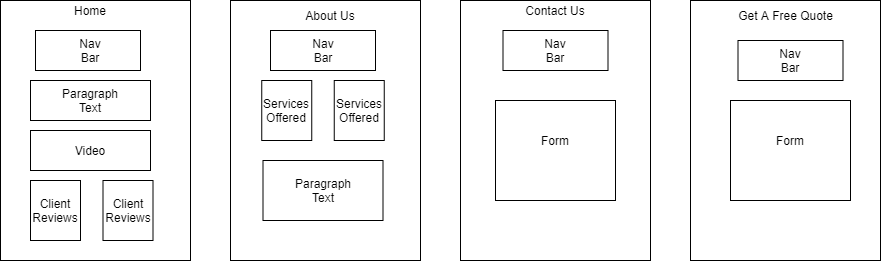
kwerty123/Project01 keeps this draw.io diagram as wireframe.png. Above is the earlier version. Source tidied: cells renumbered, new cells last; positions are measured from the earlier drawing's top-left corner, leaving out a move shared by most shapes. Source of this version:
```xml
<mxGraphModel>
  <root>
    <mxCell id="0" />
    <mxCell id="1" parent="0" />
    <mxCell id="2" style="rounded=0;whiteSpace=wrap;html=1;" parent="1" vertex="1">
      <mxGeometry x="690" width="190" height="260" as="geometry" />
    </mxCell>
    <mxCell id="3" style="rounded=0;whiteSpace=wrap;html=1;" parent="1" vertex="1">
      <mxGeometry width="190" height="260" as="geometry" />
    </mxCell>
    <mxCell id="4" style="rounded=0;whiteSpace=wrap;html=1;" parent="1" vertex="1">
      <mxGeometry x="230" width="190" height="260" as="geometry" />
    </mxCell>
    <mxCell id="5" style="rounded=0;whiteSpace=wrap;html=1;" parent="1" vertex="1">
      <mxGeometry x="460" width="190" height="260" as="geometry" />
    </mxCell>
    <mxCell id="6" value="Home" style="text;html=1;strokeColor=none;fillColor=none;align=center;verticalAlign=middle;whiteSpace=wrap;rounded=0;" parent="1" vertex="1">
      <mxGeometry x="70" width="40" height="20" as="geometry" />
    </mxCell>
    <mxCell id="7" value="Get A Free Quote" style="text;html=1;strokeColor=none;fillColor=none;align=center;verticalAlign=middle;whiteSpace=wrap;rounded=0;" parent="1" vertex="1">
      <mxGeometry x="727.5" width="115" height="30" as="geometry" />
    </mxCell>
    <mxCell id="8" value="Contact Us" style="text;html=1;strokeColor=none;fillColor=none;align=center;verticalAlign=middle;whiteSpace=wrap;rounded=0;" parent="1" vertex="1">
      <mxGeometry x="515" width="80" height="20" as="geometry" />
    </mxCell>
    <mxCell id="9" value="About Us" style="text;html=1;strokeColor=none;fillColor=none;align=center;verticalAlign=middle;whiteSpace=wrap;rounded=0;" parent="1" vertex="1">
      <mxGeometry x="280" width="100" height="30" as="geometry" />
    </mxCell>
    <mxCell id="10" style="rounded=0;whiteSpace=wrap;html=1;" parent="1" vertex="1">
      <mxGeometry x="35" y="30" width="105" height="40" as="geometry" />
    </mxCell>
    <mxCell id="11" value="Nav Bar" style="text;html=1;strokeColor=none;fillColor=none;align=center;verticalAlign=middle;whiteSpace=wrap;rounded=0;" parent="1" vertex="1">
      <mxGeometry x="70" y="40" width="40" height="20" as="geometry" />
    </mxCell>
    <mxCell id="12" style="rounded=0;whiteSpace=wrap;html=1;" parent="1" vertex="1">
      <mxGeometry x="270" y="30" width="105" height="40" as="geometry" />
    </mxCell>
    <mxCell id="13" value="Nav Bar" style="text;html=1;strokeColor=none;fillColor=none;align=center;verticalAlign=middle;whiteSpace=wrap;rounded=0;" parent="1" vertex="1">
      <mxGeometry x="302.5" y="40" width="40" height="20" as="geometry" />
    </mxCell>
    <mxCell id="14" style="rounded=0;whiteSpace=wrap;html=1;" parent="1" vertex="1">
      <mxGeometry x="502.5" y="30" width="105" height="40" as="geometry" />
    </mxCell>
    <mxCell id="15" style="rounded=0;whiteSpace=wrap;html=1;" parent="1" vertex="1">
      <mxGeometry x="737.5" y="40" width="105" height="40" as="geometry" />
    </mxCell>
    <mxCell id="16" value="Nav Bar" style="text;html=1;strokeColor=none;fillColor=none;align=center;verticalAlign=middle;whiteSpace=wrap;rounded=0;" parent="1" vertex="1">
      <mxGeometry x="535" y="40" width="40" height="20" as="geometry" />
    </mxCell>
    <mxCell id="17" value="Nav Bar" style="text;html=1;strokeColor=none;fillColor=none;align=center;verticalAlign=middle;whiteSpace=wrap;rounded=0;" parent="1" vertex="1">
      <mxGeometry x="770" y="50" width="40" height="20" as="geometry" />
    </mxCell>
    <mxCell id="18" style="rounded=0;whiteSpace=wrap;html=1;" parent="1" vertex="1">
      <mxGeometry x="495" y="100" width="120" height="100" as="geometry" />
    </mxCell>
    <mxCell id="19" style="rounded=0;whiteSpace=wrap;html=1;" parent="1" vertex="1">
      <mxGeometry x="730" y="100" width="120" height="100" as="geometry" />
    </mxCell>
    <mxCell id="20" value="Form" style="text;html=1;strokeColor=none;fillColor=none;align=center;verticalAlign=middle;whiteSpace=wrap;rounded=0;" parent="1" vertex="1">
      <mxGeometry x="535" y="130" width="40" height="20" as="geometry" />
    </mxCell>
    <mxCell id="21" value="Form" style="text;html=1;strokeColor=none;fillColor=none;align=center;verticalAlign=middle;whiteSpace=wrap;rounded=0;" parent="1" vertex="1">
      <mxGeometry x="770" y="130" width="40" height="20" as="geometry" />
    </mxCell>
    <mxCell id="22" style="rounded=0;whiteSpace=wrap;html=1;" parent="1" vertex="1">
      <mxGeometry x="30" y="130" width="120" height="40" as="geometry" />
    </mxCell>
    <mxCell id="23" style="rounded=0;whiteSpace=wrap;html=1;" parent="1" vertex="1">
      <mxGeometry x="262.5" y="160" width="120" height="60" as="geometry" />
    </mxCell>
    <mxCell id="24" value="Paragraph Text" style="text;html=1;strokeColor=none;fillColor=none;align=center;verticalAlign=middle;whiteSpace=wrap;rounded=0;" parent="1" vertex="1">
      <mxGeometry x="302.5" y="180" width="40" height="20" as="geometry" />
    </mxCell>
    <mxCell id="25" value="Video" style="text;html=1;strokeColor=none;fillColor=none;align=center;verticalAlign=middle;whiteSpace=wrap;rounded=0;" parent="1" vertex="1">
      <mxGeometry x="70" y="140" width="40" height="20" as="geometry" />
    </mxCell>
    <mxCell id="26" style="rounded=0;whiteSpace=wrap;html=1;" parent="1" vertex="1">
      <mxGeometry x="261.2" y="80" width="50" height="60" as="geometry" />
    </mxCell>
    <mxCell id="27" style="rounded=0;whiteSpace=wrap;html=1;" parent="1" vertex="1">
      <mxGeometry x="333.8" y="80" width="50" height="60" as="geometry" />
    </mxCell>
    <mxCell id="28" style="rounded=0;whiteSpace=wrap;html=1;" parent="1" vertex="1">
      <mxGeometry x="30" y="80" width="120" height="40" as="geometry" />
    </mxCell>
    <mxCell id="29" value="Paragraph Text" style="text;html=1;strokeColor=none;fillColor=none;align=center;verticalAlign=middle;whiteSpace=wrap;rounded=0;" parent="1" vertex="1">
      <mxGeometry x="70" y="90" width="40" height="20" as="geometry" />
    </mxCell>
    <mxCell id="30" style="edgeStyle=orthogonalEdgeStyle;rounded=0;orthogonalLoop=1;jettySize=auto;html=1;exitX=0.5;exitY=1;exitDx=0;exitDy=0;" parent="1" edge="1" source="29" target="29">
      <mxGeometry relative="1" as="geometry" />
    </mxCell>
    <mxCell id="31" style="rounded=0;whiteSpace=wrap;html=1;" parent="1" vertex="1">
      <mxGeometry x="30" y="180" width="50" height="60" as="geometry" />
    </mxCell>
    <mxCell id="32" style="rounded=0;whiteSpace=wrap;html=1;" parent="1" vertex="1">
      <mxGeometry x="102.5" y="180" width="50" height="60" as="geometry" />
    </mxCell>
    <mxCell id="33" value="Services Offered" style="text;html=1;strokeColor=none;fillColor=none;align=center;verticalAlign=middle;whiteSpace=wrap;rounded=0;" parent="1" vertex="1">
      <mxGeometry x="266.2" y="100" width="40" height="20" as="geometry" />
    </mxCell>
    <mxCell id="34" value="Services Offered" style="text;html=1;strokeColor=none;fillColor=none;align=center;verticalAlign=middle;whiteSpace=wrap;rounded=0;" parent="1" vertex="1">
      <mxGeometry x="338.8" y="100" width="40" height="20" as="geometry" />
    </mxCell>
    <mxCell id="35" value="Client Reviews" style="text;html=1;strokeColor=none;fillColor=none;align=center;verticalAlign=middle;whiteSpace=wrap;rounded=0;" parent="1" vertex="1">
      <mxGeometry x="35" y="200" width="40" height="20" as="geometry" />
    </mxCell>
    <mxCell id="36" value="Client Reviews" style="text;html=1;strokeColor=none;fillColor=none;align=center;verticalAlign=middle;whiteSpace=wrap;rounded=0;" parent="1" vertex="1">
      <mxGeometry x="107.5" y="200" width="40" height="20" as="geometry" />
    </mxCell>
  </root>
</mxGraphModel>
```
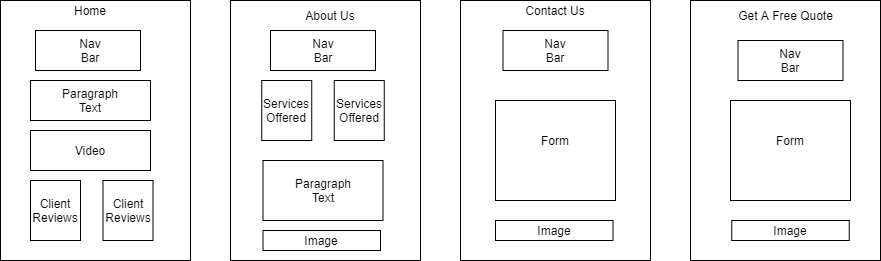
The same diagram one commit later.

Commit message:
updated wireframe to include image sections

What changed in the source:
```diff
@@ -107,5 +107,23 @@
     <mxCell id="36" value="Client Reviews" style="text;html=1;strokeColor=none;fillColor=none;align=center;verticalAlign=middle;whiteSpace=wrap;rounded=0;" parent="1" vertex="1">
       <mxGeometry x="107.5" y="200" width="40" height="20" as="geometry" />
     </mxCell>
+    <mxCell id="37" style="rounded=0;whiteSpace=wrap;html=1;" parent="1" vertex="1">
+      <mxGeometry x="262.5" y="230" width="117.5" height="20" as="geometry" />
+    </mxCell>
+    <mxCell id="38" value="Image" style="text;html=1;strokeColor=none;fillColor=none;align=center;verticalAlign=middle;whiteSpace=wrap;rounded=0;" parent="1" vertex="1">
+      <mxGeometry x="301.2" y="230" width="40" height="20" as="geometry" />
+    </mxCell>
+    <mxCell id="39" style="rounded=0;whiteSpace=wrap;html=1;" parent="1" vertex="1">
+      <mxGeometry x="495" y="220" width="117.5" height="20" as="geometry" />
+    </mxCell>
+    <mxCell id="40" value="Image" style="text;html=1;strokeColor=none;fillColor=none;align=center;verticalAlign=middle;whiteSpace=wrap;rounded=0;" parent="1" vertex="1">
+      <mxGeometry x="533.8" y="220" width="40" height="20" as="geometry" />
+    </mxCell>
+    <mxCell id="41" style="rounded=0;whiteSpace=wrap;html=1;" parent="1" vertex="1">
+      <mxGeometry x="731.2" y="220" width="117.5" height="20" as="geometry" />
+    </mxCell>
+    <mxCell id="42" value="Image" style="text;html=1;strokeColor=none;fillColor=none;align=center;verticalAlign=middle;whiteSpace=wrap;rounded=0;" parent="1" vertex="1">
+      <mxGeometry x="770" y="220" width="40" height="20" as="geometry" />
+    </mxCell>
   </root>
 </mxGraphModel>
```
